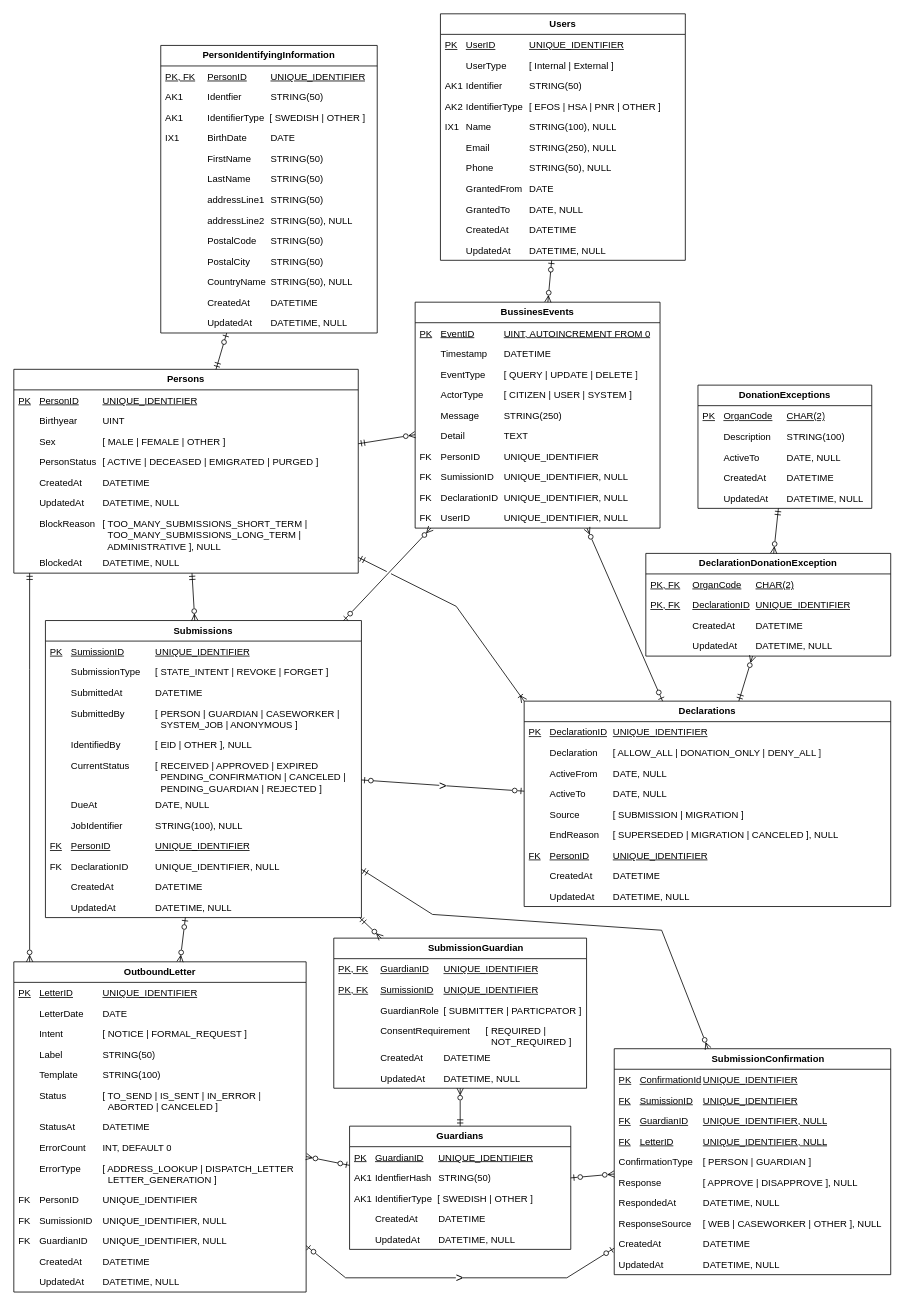
bhagqvist-consid/ICD11 keeps this draw.io diagram as page "Stående Logisk modell" (8 of 9) of Donationsregister.drawio. Above is the earlier version. Source tidied: cells renumbered, new cells numbered last; positions are measured from the earlier drawing's top-left corner, leaving out a move shared by most shapes. Both pictures are drawn from the tidied source at 79%, with x=0, y=0 at pixel (13, 13).
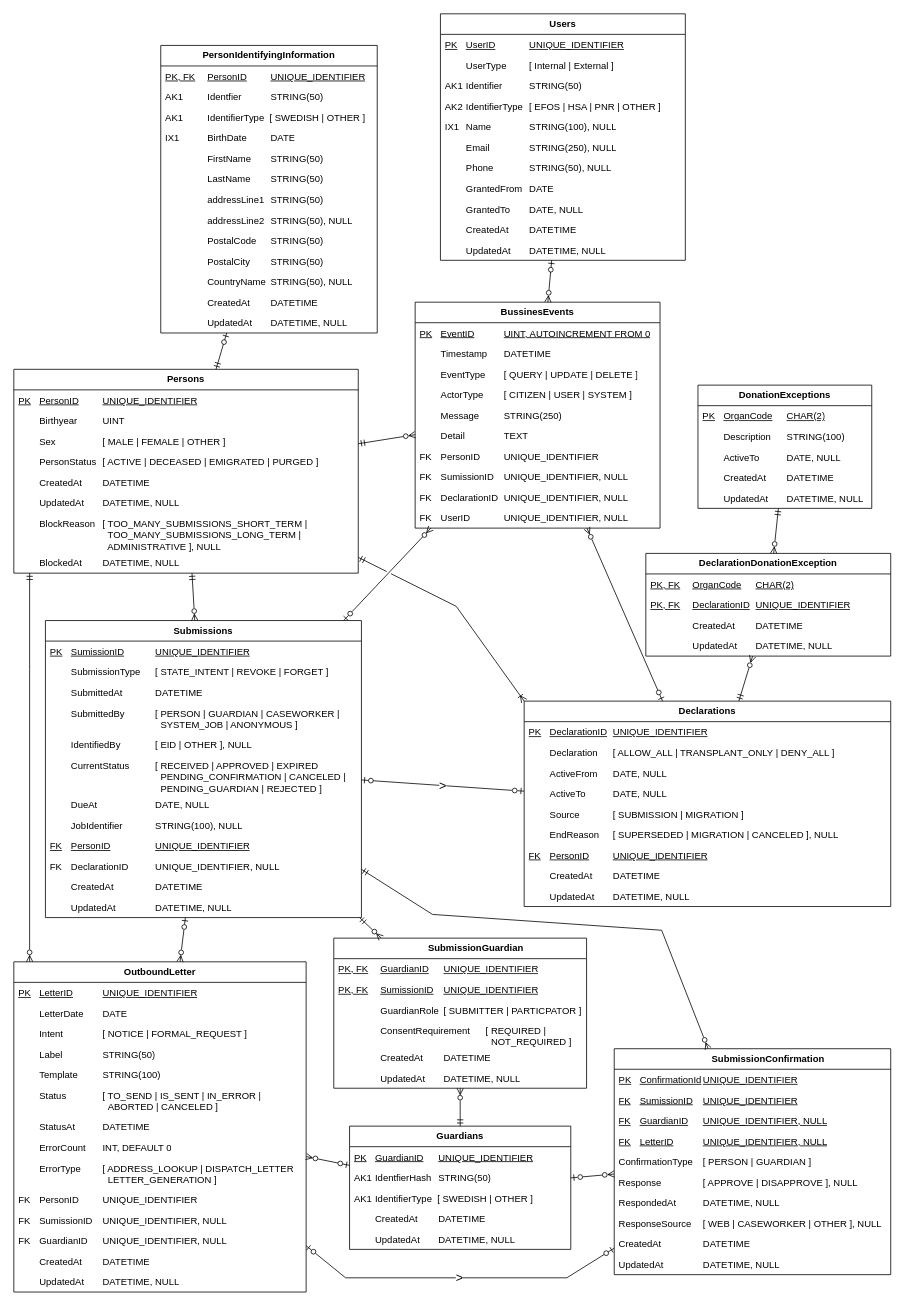
Above is the later version.

Unchanged cells that the change refers to:
```xml
<mxCell id="24" value="Declarations" style="swimlane;fontStyle=1;horizontal=1;startSize=26;fillColor=none;whiteSpace=wrap;html=1;" parent="1" vertex="1">
  <mxGeometry x="646" y="870" width="464" height="260" as="geometry" />
</mxCell>
```

The edit, as a diff of the source:
```diff
@@
-    <mxCell id="26" value="&lt;span style=&quot;white-space: pre;&quot;&gt;&#9;&lt;/span&gt;Declaration&lt;span style=&quot;white-space: pre;&quot;&gt;&#9;&lt;/span&gt;[ ALLOW_ALL | DONATION_ONLY&amp;nbsp;|&amp;nbsp;DENY_ALL ]" style="text;strokeColor=none;fillColor=none;align=left;verticalAlign=top;spacingLeft=4;spacingRight=4;overflow=hidden;whiteSpace=wrap;html=1;" parent="24" vertex="1">
+    <mxCell id="26" value="&lt;span style=&quot;white-space: pre;&quot;&gt;&#9;&lt;/span&gt;Declaration&lt;span style=&quot;white-space: pre;&quot;&gt;&#9;&lt;/span&gt;[ ALLOW_ALL | TRANSPLANT_ONLY&amp;nbsp;|&amp;nbsp;DENY_ALL ]" style="text;strokeColor=none;fillColor=none;align=left;verticalAlign=top;spacingLeft=4;spacingRight=4;overflow=hidden;whiteSpace=wrap;html=1;" parent="24" vertex="1">
       <mxGeometry y="52" width="464" height="26" as="geometry" />
     </mxCell>
```
